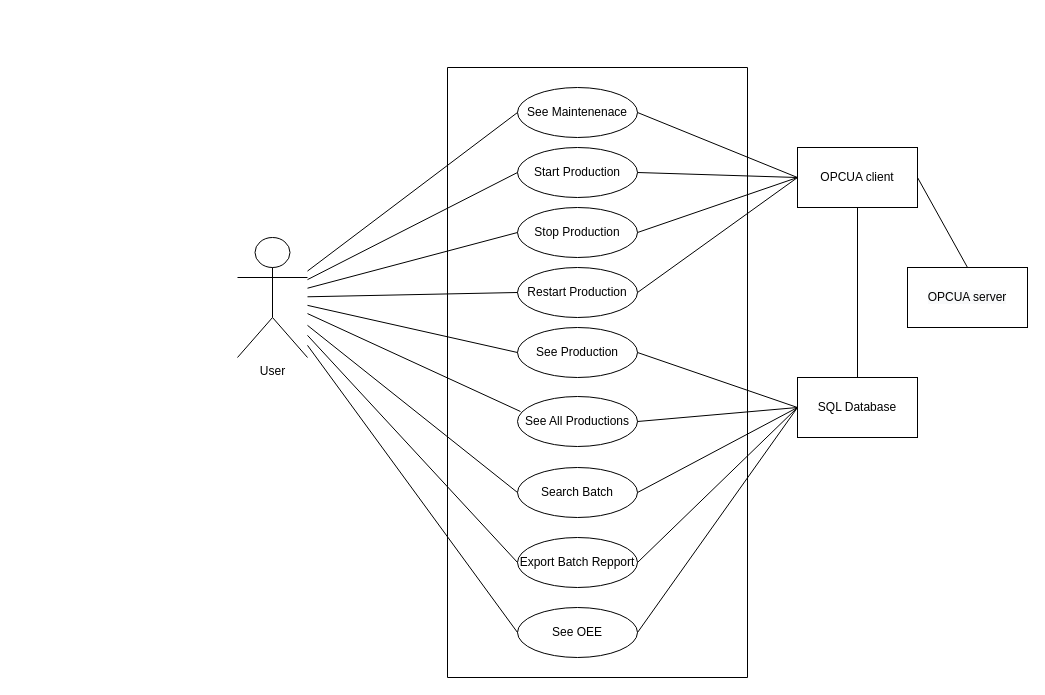
sival19/BeerMachine keeps this draw.io diagram as UseCase_general.drawio. Above is the earlier version. Source tidied: cells renumbered, new cells numbered last; positions are measured from the earlier drawing's top-left corner, leaving out a move shared by most shapes. Both pictures are drawn from the tidied source at 100%, with x=0, y=0 at pixel (237, 67).
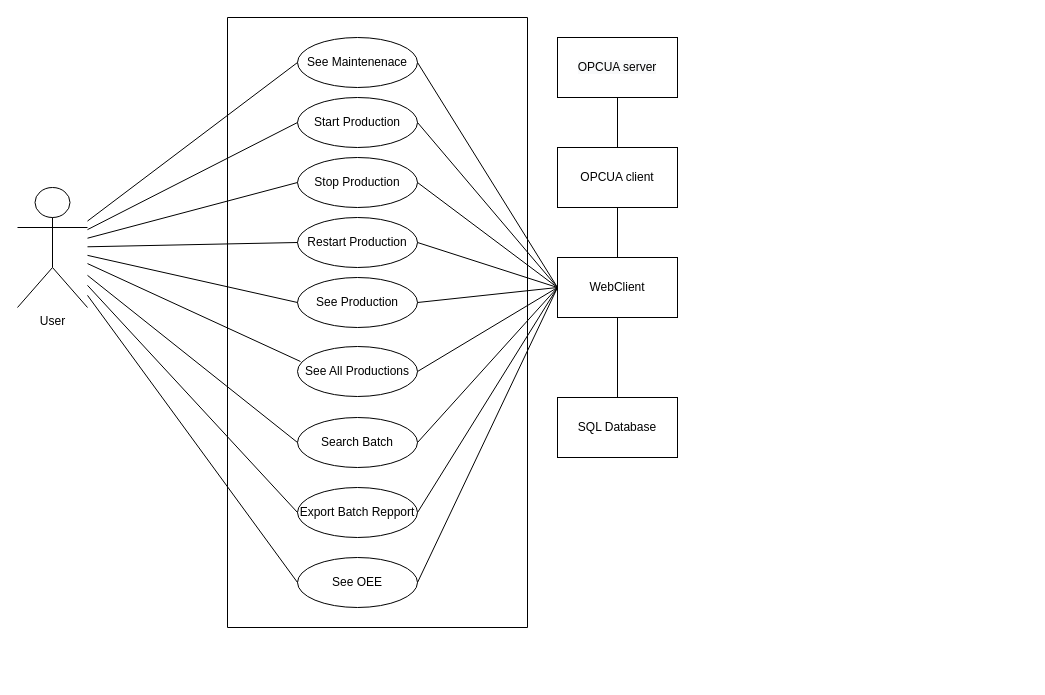
After the change.

The change refers to these unchanged cells:
```xml
<mxCell id="3" value="Start Production" style="ellipse;whiteSpace=wrap;html=1;" parent="2" vertex="1">
  <mxGeometry x="70" y="80" width="120" height="50" as="geometry" />
</mxCell>
<mxCell id="4" value="Stop Production" style="ellipse;whiteSpace=wrap;html=1;" parent="2" vertex="1">
  <mxGeometry x="70" y="140" width="120" height="50" as="geometry" />
</mxCell>
<mxCell id="5" value="Restart Production" style="ellipse;whiteSpace=wrap;html=1;" parent="2" vertex="1">
  <mxGeometry x="70" y="200" width="120" height="50" as="geometry" />
</mxCell>
<mxCell id="6" value="See Production" style="ellipse;whiteSpace=wrap;html=1;" parent="2" vertex="1">
  <mxGeometry x="70" y="260" width="120" height="50" as="geometry" />
</mxCell>
<mxCell id="7" value="See All Productions" style="ellipse;whiteSpace=wrap;html=1;" parent="2" vertex="1">
  <mxGeometry x="70" y="329" width="120" height="50" as="geometry" />
</mxCell>
<mxCell id="8" value="Search Batch" style="ellipse;whiteSpace=wrap;html=1;" parent="2" vertex="1">
  <mxGeometry x="70" y="400" width="120" height="50" as="geometry" />
</mxCell>
<mxCell id="9" value="Export Batch Repport" style="ellipse;whiteSpace=wrap;html=1;" parent="2" vertex="1">
  <mxGeometry x="70" y="470" width="120" height="50" as="geometry" />
</mxCell>
<mxCell id="10" value="See OEE" style="ellipse;whiteSpace=wrap;html=1;" parent="2" vertex="1">
  <mxGeometry x="70" y="540" width="120" height="50" as="geometry" />
</mxCell>
<mxCell id="11" value="See Maintenenace" style="ellipse;whiteSpace=wrap;html=1;" parent="2" vertex="1">
  <mxGeometry x="70" y="20" width="120" height="50" as="geometry" />
</mxCell>
```

Diff of the diagram source:
```diff
@@
     <mxCell id="2" style="swimlane;startSize=0;" parent="1" vertex="1">
-      <mxGeometry x="210" width="300" height="610" as="geometry" />
+      <mxGeometry x="-10" y="-50" width="300" height="610" as="geometry" />
     </mxCell>
@@
     <mxCell id="12" value="User" style="shape=umlActor;verticalLabelPosition=bottom;verticalAlign=top;html=1;outlineConnect=0;" parent="1" vertex="1">
-      <mxGeometry y="170" width="70" height="120" as="geometry" />
+      <mxGeometry x="-220" y="120" width="70" height="120" as="geometry" />
     </mxCell>
     <mxCell id="13" value="&#10;&#10;&lt;span style=&quot;color: rgb(0, 0, 0); font-family: helvetica; font-size: 12px; font-style: normal; font-weight: 400; letter-spacing: normal; text-align: center; text-indent: 0px; text-transform: none; word-spacing: 0px; background-color: rgb(248, 249, 250); display: inline; float: none;&quot;&gt;OPCUA server&lt;/span&gt;&#10;&#10;" style="rounded=0;whiteSpace=wrap;html=1;" parent="1" vertex="1">
-      <mxGeometry x="670" y="200" width="120" height="60" as="geometry" />
+      <mxGeometry x="320" y="-30" width="120" height="60" as="geometry" />
     </mxCell>
     <mxCell id="14" value="&lt;span&gt;SQL Database&lt;/span&gt;" style="rounded=0;whiteSpace=wrap;html=1;" parent="1" vertex="1">
-      <mxGeometry x="560" y="310" width="120" height="60" as="geometry" />
+      <mxGeometry x="320" y="330" width="120" height="60" as="geometry" />
     </mxCell>
     <mxCell id="15" value="OPCUA client" style="rounded=0;whiteSpace=wrap;html=1;" parent="1" vertex="1">
-      <mxGeometry x="560" y="80" width="120" height="60" as="geometry" />
+      <mxGeometry x="320" y="80" width="120" height="60" as="geometry" />
     </mxCell>
@@
-    <mxCell id="24" style="endArrow=none;html=1;entryX=0;entryY=0.5;entryDx=0;entryDy=0;exitX=1;exitY=0.5;exitDx=0;exitDy=0;" parent="1" edge="1" source="3" target="15">
+    <mxCell id="24" style="endArrow=none;html=1;exitX=1;exitY=0.5;exitDx=0;exitDy=0;entryX=0;entryY=0.5;entryDx=0;entryDy=0;" parent="1" edge="1" source="3" target="37">
       <mxGeometry relative="1" as="geometry" />
     </mxCell>
-    <mxCell id="25" style="endArrow=none;html=1;entryX=0;entryY=0.5;entryDx=0;entryDy=0;exitX=1;exitY=0.5;exitDx=0;exitDy=0;" parent="1" edge="1" source="4" target="15">
+    <mxCell id="25" style="endArrow=none;html=1;exitX=1;exitY=0.5;exitDx=0;exitDy=0;entryX=0;entryY=0.5;entryDx=0;entryDy=0;" parent="1" edge="1" source="4" target="37">
       <mxGeometry relative="1" as="geometry" />
     </mxCell>
-    <mxCell id="26" style="endArrow=none;html=1;entryX=0;entryY=0.5;entryDx=0;entryDy=0;exitX=1;exitY=0.5;exitDx=0;exitDy=0;" parent="1" edge="1" source="5" target="15">
+    <mxCell id="26" style="endArrow=none;html=1;exitX=1;exitY=0.5;exitDx=0;exitDy=0;entryX=0;entryY=0.5;entryDx=0;entryDy=0;" parent="1" edge="1" source="5" target="37">
       <mxGeometry relative="1" as="geometry" />
     </mxCell>
-    <mxCell id="27" style="endArrow=none;html=1;entryX=0;entryY=0.5;entryDx=0;entryDy=0;exitX=1;exitY=0.5;exitDx=0;exitDy=0;" parent="1" edge="1" source="6" target="14">
+    <mxCell id="27" style="endArrow=none;html=1;exitX=1;exitY=0.5;exitDx=0;exitDy=0;entryX=0;entryY=0.5;entryDx=0;entryDy=0;" parent="1" edge="1" source="6" target="37">
       <mxGeometry relative="1" as="geometry" />
     </mxCell>
-    <mxCell id="28" style="endArrow=none;html=1;entryX=0;entryY=0.5;entryDx=0;entryDy=0;exitX=1;exitY=0.5;exitDx=0;exitDy=0;" parent="1" edge="1" source="7" target="14">
+    <mxCell id="28" style="endArrow=none;html=1;exitX=1;exitY=0.5;exitDx=0;exitDy=0;entryX=0;entryY=0.5;entryDx=0;entryDy=0;" parent="1" edge="1" source="7" target="37">
       <mxGeometry relative="1" as="geometry" />
     </mxCell>
     <mxCell id="29" style="endArrow=none;html=1;entryX=0;entryY=0.5;entryDx=0;entryDy=0;" parent="1" edge="1" source="12">
       <mxGeometry relative="1" as="geometry">
-        <mxPoint x="280" y="45" as="targetPoint" />
+        <mxPoint x="60" y="-5" as="targetPoint" />
       </mxGeometry>
     </mxCell>
-    <mxCell id="30" style="endArrow=none;html=1;entryX=0;entryY=0.5;entryDx=0;entryDy=0;exitX=1;exitY=0.5;exitDx=0;exitDy=0;" parent="1" edge="1" source="11" target="15">
+    <mxCell id="30" style="endArrow=none;html=1;exitX=1;exitY=0.5;exitDx=0;exitDy=0;entryX=0;entryY=0.5;entryDx=0;entryDy=0;" parent="1" edge="1" source="11" target="37">
       <mxGeometry relative="1" as="geometry" />
     </mxCell>
-    <mxCell id="31" style="endArrow=none;html=1;entryX=0;entryY=0.5;entryDx=0;entryDy=0;exitX=1;exitY=0.5;exitDx=0;exitDy=0;" parent="1" edge="1" source="8" target="14">
+    <mxCell id="31" style="endArrow=none;html=1;exitX=1;exitY=0.5;exitDx=0;exitDy=0;entryX=0;entryY=0.5;entryDx=0;entryDy=0;" parent="1" edge="1" source="8" target="37">
       <mxGeometry relative="1" as="geometry" />
     </mxCell>
-    <mxCell id="32" style="endArrow=none;html=1;entryX=0;entryY=0.5;entryDx=0;entryDy=0;exitX=1;exitY=0.5;exitDx=0;exitDy=0;" parent="1" edge="1" source="9" target="14">
+    <mxCell id="32" style="endArrow=none;html=1;exitX=1;exitY=0.5;exitDx=0;exitDy=0;entryX=0;entryY=0.5;entryDx=0;entryDy=0;" parent="1" edge="1" source="9" target="37">
       <mxGeometry relative="1" as="geometry" />
     </mxCell>
-    <mxCell id="33" style="endArrow=none;html=1;entryX=0;entryY=0.5;entryDx=0;entryDy=0;exitX=1;exitY=0.5;exitDx=0;exitDy=0;" parent="1" edge="1" source="10" target="14">
+    <mxCell id="33" style="endArrow=none;html=1;exitX=1;exitY=0.5;exitDx=0;exitDy=0;entryX=0;entryY=0.5;entryDx=0;entryDy=0;" parent="1" edge="1" source="10" target="37">
       <mxGeometry relative="1" as="geometry" />
     </mxCell>
-    <mxCell id="34" style="endArrow=none;html=1;entryX=0.5;entryY=0;entryDx=0;entryDy=0;exitX=1;exitY=0.5;exitDx=0;exitDy=0;" parent="1" edge="1" source="15" target="13">
+    <mxCell id="34" style="endArrow=none;html=1;entryX=0.5;entryY=0;entryDx=0;entryDy=0;endFill=0;exitX=0.5;exitY=1;exitDx=0;exitDy=0;startArrow=none;startFill=0;" parent="1" edge="1" source="13" target="15">
       <mxGeometry relative="1" as="geometry" />
     </mxCell>
-    <mxCell id="35" style="endArrow=none;html=1;entryX=0.5;entryY=1;entryDx=0;entryDy=0;exitX=0.5;exitY=0;exitDx=0;exitDy=0;" parent="1" edge="1" source="14" target="15">
-      <mxGeometry relative="1" as="geometry" />
-    </mxCell>
+    <mxCell id="36" style="edgeStyle=orthogonalEdgeStyle;rounded=0;jettySize=auto;html=1;exitX=0.5;exitY=0;exitDx=0;exitDy=0;entryX=0.5;entryY=1;entryDx=0;entryDy=0;startArrow=none;startFill=0;endArrow=none;endFill=0;strokeColor=default;" parent="1" edge="1" source="37" target="15">
+      <mxGeometry relative="1" as="geometry" />
+    </mxCell>
+    <mxCell id="37" value="WebClient" style="rounded=0;whiteSpace=wrap;html=1;" parent="1" vertex="1">
+      <mxGeometry x="320" y="190" width="120" height="60" as="geometry" />
+    </mxCell>
+    <mxCell id="38" style="endArrow=none;html=1;exitX=0.5;exitY=1;exitDx=0;exitDy=0;endFill=0;entryX=0.5;entryY=0;entryDx=0;entryDy=0;" parent="1" edge="1" source="37" target="14">
+      <mxGeometry relative="1" as="geometry" />
+    </mxCell>
```
